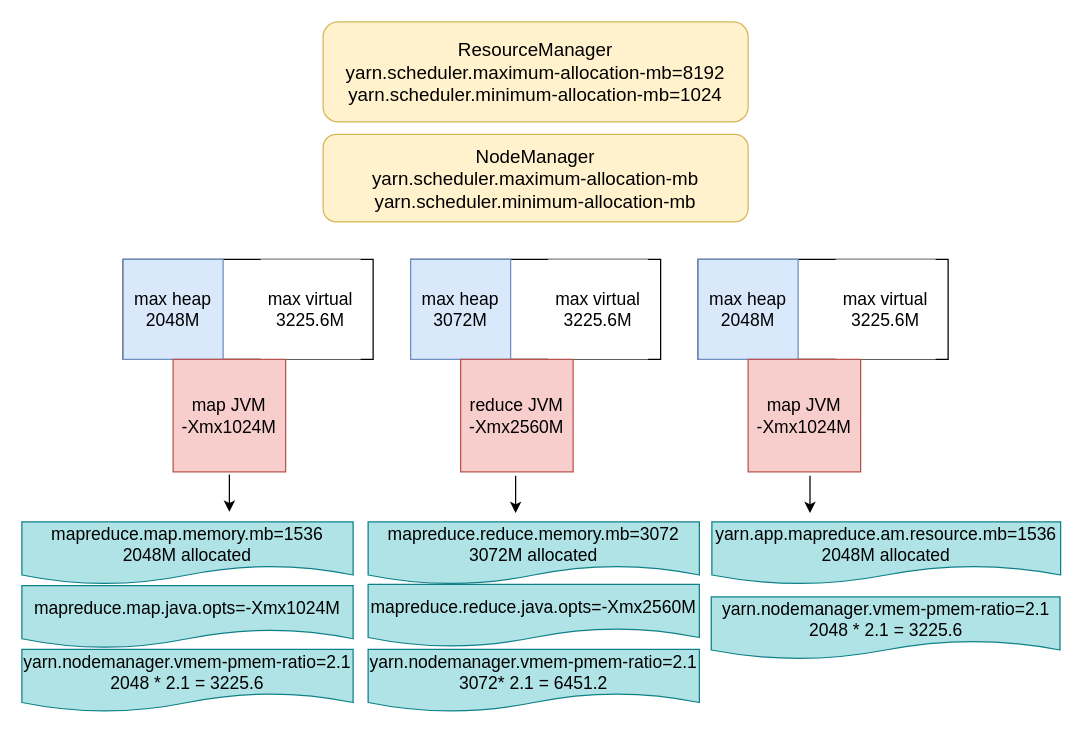
Above: mr-mm.drawio in ddxygq/Image (draw.io), before the change. Source tidied: cells renumbered, new cells numbered last; positions are measured from the earlier drawing's top-left corner, leaving out a move shared by most shapes. Both pictures are drawn from the tidied source at 125%, with x=0, y=0 at pixel (21, 21).
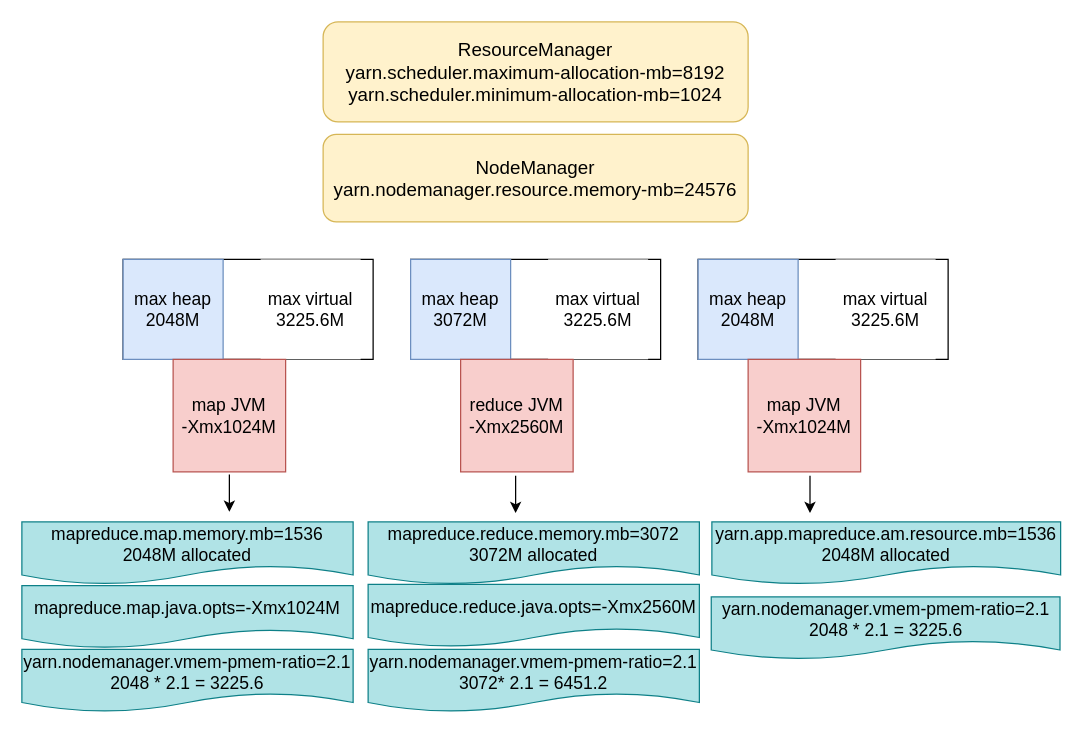
Above is the later version.

What changed in the source:
```diff
@@
-    <mxCell id="3" value="&lt;div style=&quot;font-size: 15px;&quot;&gt;NodeManager&lt;br style=&quot;font-size: 15px;&quot;&gt;&lt;/div&gt;&lt;div style=&quot;font-size: 15px;&quot;&gt;yarn.scheduler.maximum-allocation-mb&lt;/div&gt;&lt;div style=&quot;font-size: 15px;&quot;&gt;yarn.scheduler.minimum-allocation-mb&lt;/div&gt;" style="rounded=1;whiteSpace=wrap;html=1;fontSize=15;shadow=0;sketch=0;glass=0;fillColor=#fff2cc;strokeColor=#d6b656;" parent="1" vertex="1">
+    <mxCell id="3" value="&lt;div style=&quot;font-size: 15px&quot;&gt;NodeManager&lt;br style=&quot;font-size: 15px&quot;&gt;&lt;/div&gt;&lt;div&gt;yarn.nodemanager.resource.memory-mb=24576&lt;br&gt;&lt;/div&gt;" style="rounded=1;whiteSpace=wrap;html=1;fontSize=15;shadow=0;sketch=0;glass=0;fillColor=#fff2cc;strokeColor=#d6b656;" parent="1" vertex="1">
       <mxGeometry x="241" y="90" width="340" height="70" as="geometry" />
     </mxCell>
```
